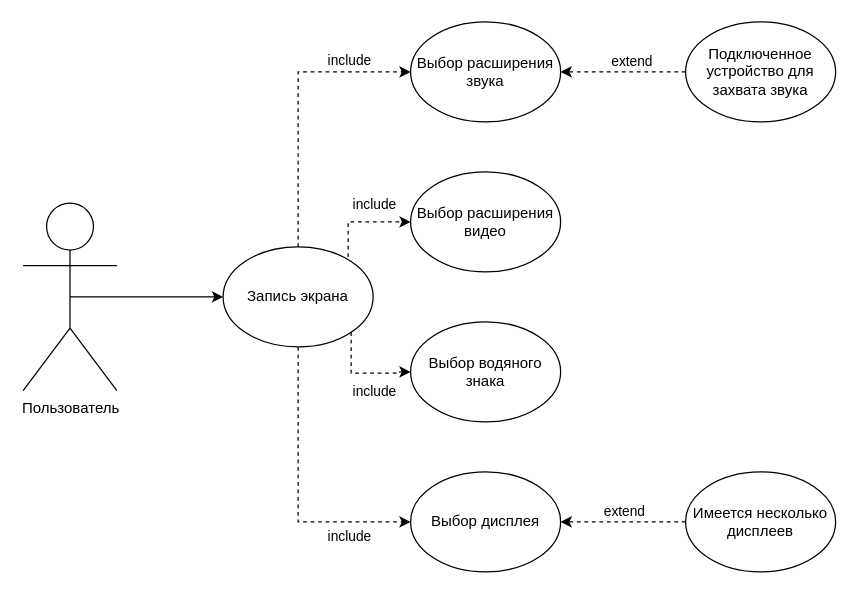
MITTORY/MitREC keeps this draw.io diagram as Main/Use Case/Use case.drawio. Above is the earlier version. Source tidied: cells renumbered, new cells numbered last; positions are measured from the earlier drawing's top-left corner, leaving out a move shared by most shapes. Both pictures are drawn from the tidied source at 125%, with x=0, y=0 at pixel (22, 21).
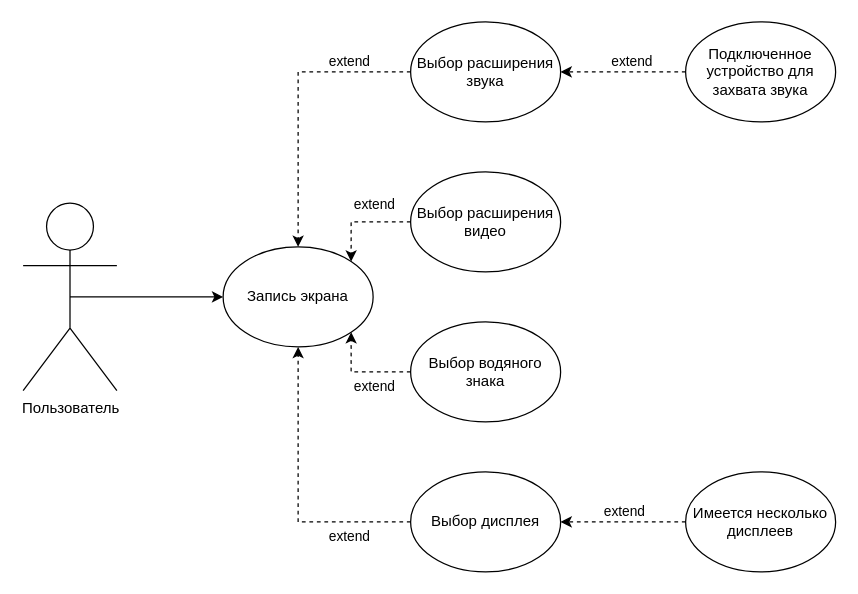
Above is the later version.

The change refers to these unchanged cells:
```xml
<mxCell id="9" value="Запись экрана" style="ellipse;whiteSpace=wrap;html=1;" parent="1" vertex="1">
  <mxGeometry x="160" y="180" width="120" height="80" as="geometry" />
</mxCell>
<mxCell id="10" value="Выбор расширения звука" style="ellipse;whiteSpace=wrap;html=1;" parent="1" vertex="1">
  <mxGeometry x="310" width="120" height="80" as="geometry" />
</mxCell>
<mxCell id="11" value="Выбор расширения видео" style="ellipse;whiteSpace=wrap;html=1;" parent="1" vertex="1">
  <mxGeometry x="310" y="120" width="120" height="80" as="geometry" />
</mxCell>
<mxCell id="12" value="Выбор водяного знака" style="ellipse;whiteSpace=wrap;html=1;" parent="1" vertex="1">
  <mxGeometry x="310" y="240" width="120" height="80" as="geometry" />
</mxCell>
<mxCell id="13" value="Выбор дисплея" style="ellipse;whiteSpace=wrap;html=1;" parent="1" vertex="1">
  <mxGeometry x="310" y="360" width="120" height="80" as="geometry" />
</mxCell>
```

Change to the diagram source:
```diff
@@
-    <mxCell id="4" style="edgeStyle=orthogonalEdgeStyle;rounded=0;jettySize=auto;html=1;exitX=0.5;exitY=0;exitDx=0;exitDy=0;entryX=0;entryY=0.5;entryDx=0;entryDy=0;dashed=1;" parent="1" edge="1" source="9" target="10">
-      <mxGeometry relative="1" as="geometry" />
-    </mxCell>
-    <mxCell id="5" value="include" style="edgeLabel;html=1;align=center;verticalAlign=middle;" parent="4" vertex="1">
-      <mxGeometry x="0.01" y="1" relative="1" as="geometry">
-        <mxPoint x="41" y="-33" as="offset" />
-      </mxGeometry>
-    </mxCell>
-    <mxCell id="6" style="edgeStyle=orthogonalEdgeStyle;rounded=0;jettySize=auto;html=1;exitX=1;exitY=0;exitDx=0;exitDy=0;entryX=0;entryY=0.5;entryDx=0;entryDy=0;dashed=1;" parent="1" edge="1" source="9" target="11">
-      <mxGeometry relative="1" as="geometry">
-        <Array as="points">
-          <mxPoint x="260" y="192" />
-          <mxPoint x="260" y="160" />
-        </Array>
-      </mxGeometry>
-    </mxCell>
-    <mxCell id="7" style="edgeStyle=orthogonalEdgeStyle;rounded=0;jettySize=auto;html=1;exitX=1;exitY=1;exitDx=0;exitDy=0;entryX=0;entryY=0.5;entryDx=0;entryDy=0;dashed=1;" parent="1" edge="1" source="9" target="12">
-      <mxGeometry relative="1" as="geometry">
-        <Array as="points">
-          <mxPoint x="262" y="281" />
-          <mxPoint x="300" y="281" />
-          <mxPoint x="300" y="280" />
-        </Array>
-      </mxGeometry>
-    </mxCell>
-    <mxCell id="8" style="edgeStyle=orthogonalEdgeStyle;rounded=0;jettySize=auto;html=1;exitX=0.5;exitY=1;exitDx=0;exitDy=0;entryX=0;entryY=0.5;entryDx=0;entryDy=0;dashed=1;" parent="1" edge="1" source="9" target="13">
-      <mxGeometry relative="1" as="geometry" />
-    </mxCell>
@@
+    <mxCell id="23" style="edgeStyle=orthogonalEdgeStyle;rounded=0;jettySize=auto;html=1;exitX=0;exitY=0.5;exitDx=0;exitDy=0;entryX=0.5;entryY=0;entryDx=0;entryDy=0;dashed=1;" parent="1" edge="1" source="10" target="9">
+      <mxGeometry relative="1" as="geometry" />
+    </mxCell>
@@
+    <mxCell id="24" style="edgeStyle=orthogonalEdgeStyle;rounded=0;jettySize=auto;html=1;exitX=0;exitY=0.5;exitDx=0;exitDy=0;entryX=0.5;entryY=1;entryDx=0;entryDy=0;dashed=1;" parent="1" edge="1" source="13" target="9">
+      <mxGeometry relative="1" as="geometry" />
+    </mxCell>
@@
-    <mxCell id="20" value="include" style="edgeLabel;html=1;align=center;verticalAlign=middle;" parent="1" vertex="1">
-      <mxGeometry x="280" y="145" as="geometry" />
-    </mxCell>
-    <mxCell id="21" value="include" style="edgeLabel;html=1;align=center;verticalAlign=middle;" parent="1" vertex="1">
-      <mxGeometry x="280" y="295" as="geometry" />
-    </mxCell>
-    <mxCell id="22" value="include" style="edgeLabel;html=1;align=center;verticalAlign=middle;" parent="1" vertex="1">
-      <mxGeometry x="260" y="411" as="geometry" />
-    </mxCell>
+    <mxCell id="25" style="edgeStyle=orthogonalEdgeStyle;rounded=0;jettySize=auto;html=1;exitX=0;exitY=0.5;exitDx=0;exitDy=0;entryX=1;entryY=0;entryDx=0;entryDy=0;dashed=1;" parent="1" edge="1" source="11" target="9">
+      <mxGeometry relative="1" as="geometry">
+        <Array as="points">
+          <mxPoint x="262" y="160" />
+        </Array>
+      </mxGeometry>
+    </mxCell>
+    <mxCell id="26" style="edgeStyle=orthogonalEdgeStyle;rounded=0;jettySize=auto;html=1;exitX=0;exitY=0.5;exitDx=0;exitDy=0;entryX=1;entryY=1;entryDx=0;entryDy=0;dashed=1;" parent="1" edge="1" source="12" target="9">
+      <mxGeometry relative="1" as="geometry">
+        <Array as="points">
+          <mxPoint x="262" y="280" />
+        </Array>
+      </mxGeometry>
+    </mxCell>
+    <mxCell id="27" value="extend" style="edgeLabel;html=1;align=center;verticalAlign=middle;" parent="1" vertex="1">
+      <mxGeometry x="260" y="31" as="geometry" />
+    </mxCell>
+    <mxCell id="28" value="extend" style="edgeLabel;html=1;align=center;verticalAlign=middle;" parent="1" vertex="1">
+      <mxGeometry x="280" y="145" as="geometry" />
+    </mxCell>
+    <mxCell id="29" value="extend" style="edgeLabel;html=1;align=center;verticalAlign=middle;" parent="1" vertex="1">
+      <mxGeometry x="280" y="291" as="geometry" />
+    </mxCell>
+    <mxCell id="30" value="extend" style="edgeLabel;html=1;align=center;verticalAlign=middle;" parent="1" vertex="1">
+      <mxGeometry x="260" y="411" as="geometry" />
+    </mxCell>
```
